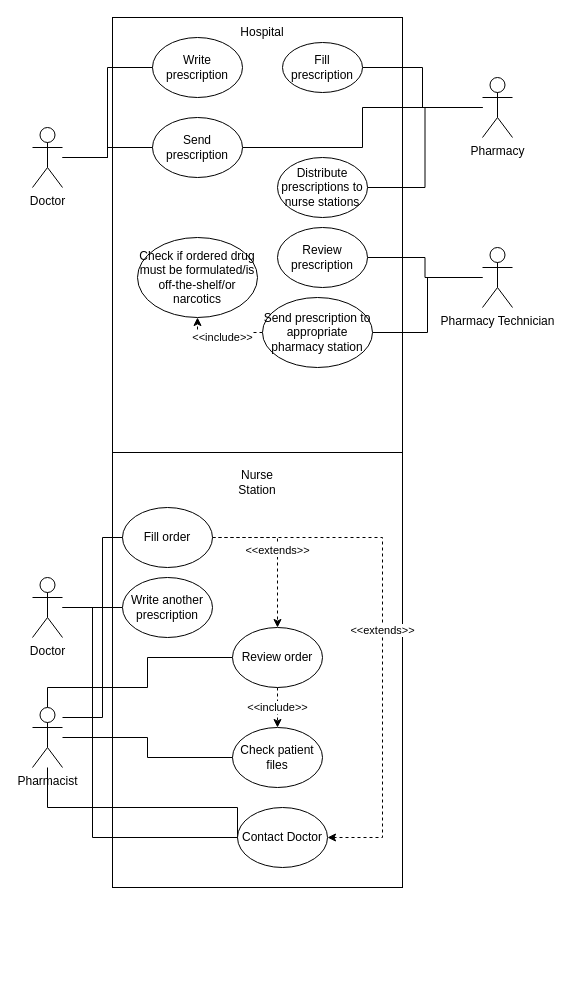
The draw.io diagram Untitled Diagram.drawio in Numbers00/git_test, before the edit. Source tidied: cells renumbered, new cells numbered last; positions are measured from the earlier drawing's top-left corner, leaving out a move shared by most shapes. Both pictures are drawn from the tidied source at 100%, with x=0, y=0 at pixel (32, 17).
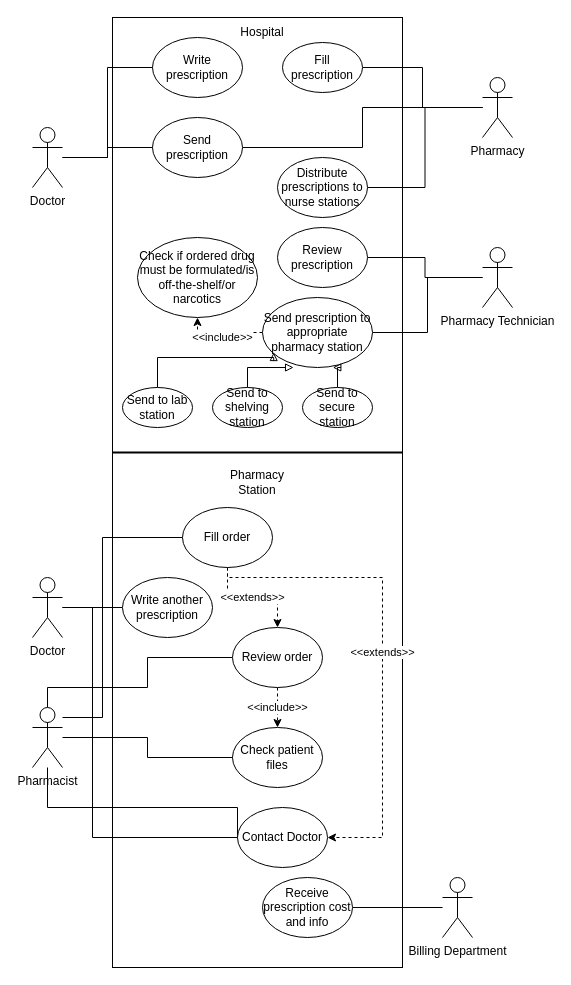
After the change.

The change refers to these unchanged cells:
```xml
<mxCell id="19" value="Send prescription to appropriate pharmacy station" style="ellipse;whiteSpace=wrap;html=1;" parent="1" vertex="1">
  <mxGeometry x="230" y="280" width="110" height="70" as="geometry" />
</mxCell>
<mxCell id="32" value="Contact Doctor" style="ellipse;whiteSpace=wrap;html=1;" parent="1" vertex="1">
  <mxGeometry x="205" y="790" width="90" height="60" as="geometry" />
</mxCell>
```

The edit, as a diff of the source:
```diff
@@
     <mxCell id="2" style="rounded=0;whiteSpace=wrap;html=1;" parent="1" vertex="1">
-      <mxGeometry x="80" width="290" height="870" as="geometry" />
+      <mxGeometry x="80" width="290" height="950" as="geometry" />
     </mxCell>
@@
     <mxCell id="22" value="&amp;lt;&amp;lt;extends&amp;gt;&amp;gt;" style="edgeStyle=orthogonalEdgeStyle;rounded=0;jettySize=auto;html=1;entryX=1;entryY=0.5;entryDx=0;entryDy=0;endArrow=classic;endFill=1;dashed=1;" parent="1" edge="1" source="23" target="32">
       <mxGeometry relative="1" as="geometry">
         <Array as="points">
-          <mxPoint x="350" y="520" />
+          <mxPoint x="195" y="560" />
+          <mxPoint x="350" y="560" />
           <mxPoint x="350" y="820" />
         </Array>
       </mxGeometry>
     </mxCell>
     <mxCell id="23" value="Fill order" style="ellipse;whiteSpace=wrap;html=1;" parent="1" vertex="1">
-      <mxGeometry x="90" y="490" width="90" height="60" as="geometry" />
+      <mxGeometry x="150" y="490" width="90" height="60" as="geometry" />
     </mxCell>
@@
-    <mxCell id="37" style="endArrow=none;html=1;rounded=0;exitX=0;exitY=0.5;exitDx=0;exitDy=0;entryX=1;entryY=0.5;entryDx=0;entryDy=0;" parent="1" edge="1" source="2" target="2">
-      <mxGeometry relative="1" as="geometry" />
-    </mxCell>
-    <mxCell id="38" value="Nurse Station" style="text;html=1;strokeColor=none;fillColor=none;align=center;verticalAlign=middle;whiteSpace=wrap;rounded=0;" parent="1" vertex="1">
+    <mxCell id="38" value="Pharmacy Station" style="text;html=1;strokeColor=none;fillColor=none;align=center;verticalAlign=middle;whiteSpace=wrap;rounded=0;" parent="1" vertex="1">
       <mxGeometry x="195" y="450" width="60" height="30" as="geometry" />
     </mxCell>
@@
+    <mxCell id="40" style="edgeStyle=orthogonalEdgeStyle;rounded=0;jettySize=auto;html=1;entryX=0.102;entryY=0.786;entryDx=0;entryDy=0;entryPerimeter=0;endArrow=block;endFill=0;" parent="1" edge="1" source="41" target="19">
+      <mxGeometry relative="1" as="geometry">
+        <Array as="points">
+          <mxPoint x="125" y="340" />
+          <mxPoint x="241" y="340" />
+        </Array>
+      </mxGeometry>
+    </mxCell>
+    <mxCell id="41" value="Send to lab station" style="ellipse;whiteSpace=wrap;html=1;" parent="1" vertex="1">
+      <mxGeometry x="90" y="370" width="70" height="40" as="geometry" />
+    </mxCell>
+    <mxCell id="42" style="edgeStyle=orthogonalEdgeStyle;rounded=0;jettySize=auto;html=1;entryX=0.283;entryY=1;entryDx=0;entryDy=0;entryPerimeter=0;endArrow=block;endFill=0;" parent="1" edge="1" source="43" target="19">
+      <mxGeometry relative="1" as="geometry" />
+    </mxCell>
+    <mxCell id="43" value="Send to shelving station" style="ellipse;whiteSpace=wrap;html=1;" parent="1" vertex="1">
+      <mxGeometry x="180" y="370" width="70" height="40" as="geometry" />
+    </mxCell>
+    <mxCell id="44" style="edgeStyle=orthogonalEdgeStyle;rounded=0;jettySize=auto;html=1;entryX=0.639;entryY=0.988;entryDx=0;entryDy=0;entryPerimeter=0;endArrow=block;endFill=0;" parent="1" edge="1" source="45" target="19">
+      <mxGeometry relative="1" as="geometry" />
+    </mxCell>
+    <mxCell id="45" value="Send to secure station" style="ellipse;whiteSpace=wrap;html=1;" parent="1" vertex="1">
+      <mxGeometry x="270" y="370" width="70" height="40" as="geometry" />
+    </mxCell>
+    <mxCell id="46" style="edgeStyle=orthogonalEdgeStyle;rounded=0;jettySize=auto;html=1;entryX=1;entryY=0.5;entryDx=0;entryDy=0;endArrow=none;endFill=0;" parent="1" edge="1" source="47" target="48">
+      <mxGeometry relative="1" as="geometry" />
+    </mxCell>
+    <mxCell id="47" value="Billing Department" style="shape=umlActor;verticalLabelPosition=bottom;verticalAlign=top;html=1;outlineConnect=0;" parent="1" vertex="1">
+      <mxGeometry x="410" y="860" width="30" height="60" as="geometry" />
+    </mxCell>
+    <mxCell id="48" value="Receive prescription cost and info" style="ellipse;whiteSpace=wrap;html=1;" parent="1" vertex="1">
+      <mxGeometry x="230" y="860" width="90" height="60" as="geometry" />
+    </mxCell>
+    <mxCell id="49" style="line;strokeWidth=2;html=1;" parent="1" vertex="1">
+      <mxGeometry x="80" y="430" width="290" height="10" as="geometry" />
+    </mxCell>
```
